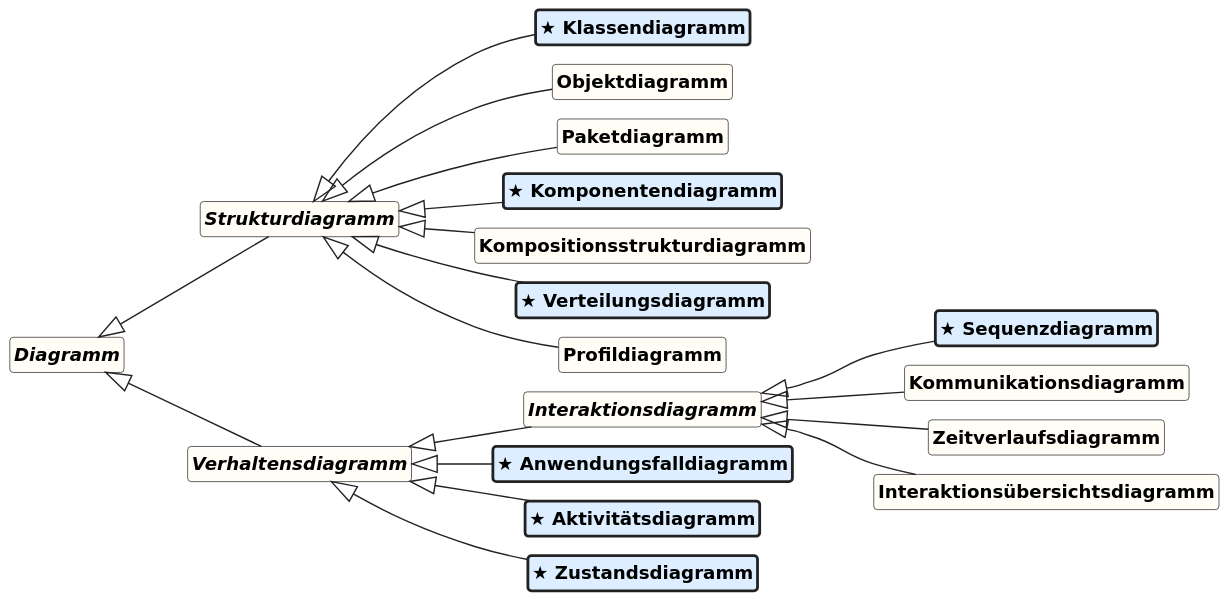
Earlier version of the PlantUML export docs/material/g1-diagrammarten.svg (dclausen01/lernpfad-lf11-uml).
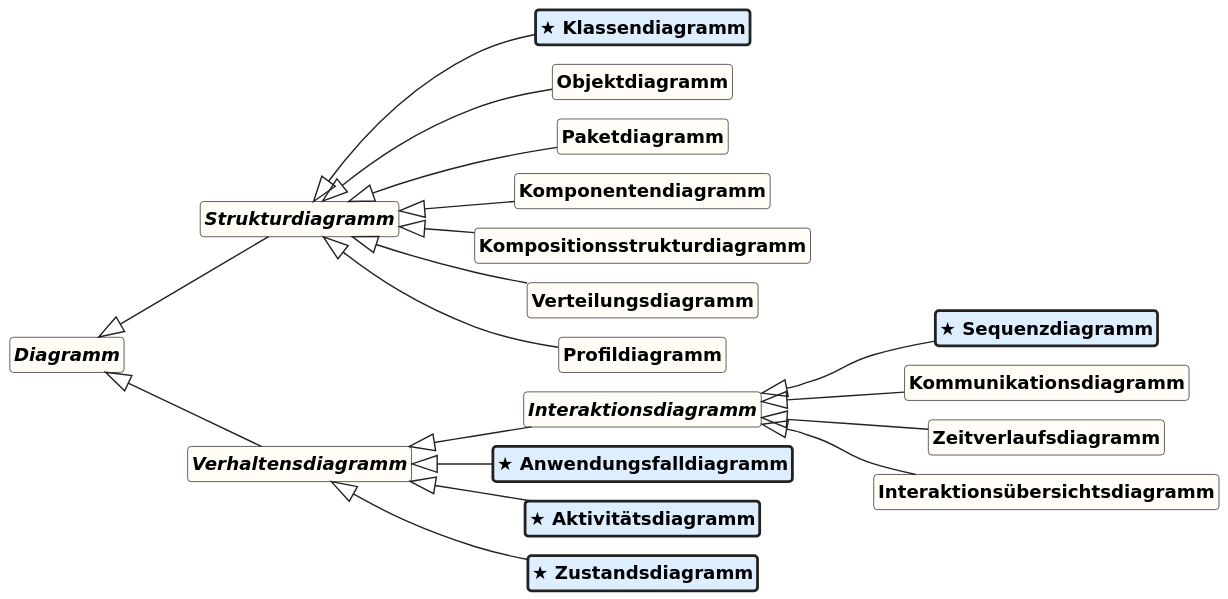
Later version of the same file.

The edit, as a diff of the source:
```diff
@@ -16,9 +16,9 @@
 class "★ Klassendiagramm" as K <<ap2>>
 class "Objektdiagramm" as O
 class "Paketdiagramm" as P
-class "★ Komponentendiagramm" as C <<ap2>>
+class "Komponentendiagramm" as C
 class "Kompositionsstrukturdiagramm" as KS
-class "★ Verteilungsdiagramm" as VT <<ap2>>
+class "Verteilungsdiagramm" as VT
 class "Profildiagramm" as PR
 class "★ Anwendungsfalldiagramm" as A <<ap2>>
 class "★ Aktivitätsdiagramm" as AK <<ap2>>
```
